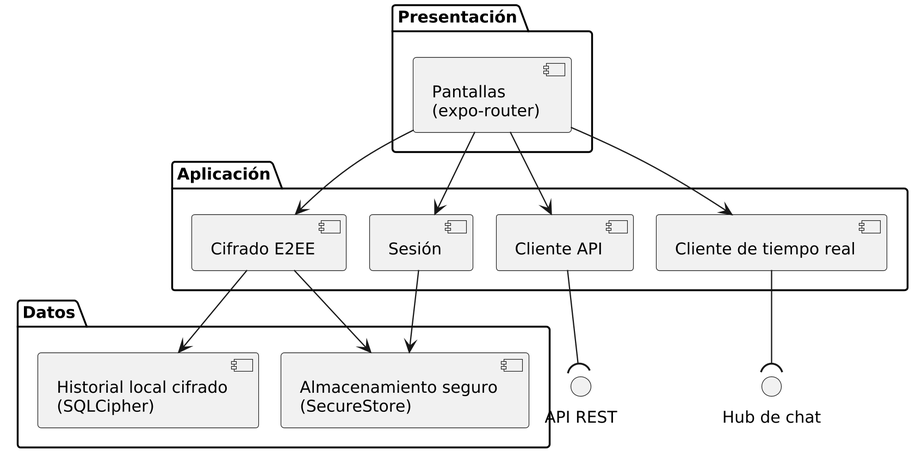
Earlier version of the PlantUML export docs/reportes/manuales/diagramas/01.png (EncorelyHQ/encorly_back). Its diagram source:
```plantuml
@startuml
!pragma layout smetana
skinparam dpi 220
skinparam monochrome true
skinparam defaultFontName Archivo
skinparam defaultFontSize 13
skinparam shadowing false
skinparam componentStyle uml2
top to bottom direction
package "Presentación" {
  [Pantallas\n(expo-router)] as UI
}
package "Aplicación" {
  [Sesión] as SES
  [Cliente API] as API
  [Cifrado E2EE] as CRY
  [Cliente de tiempo real] as RT
}
package "Datos" {
  [Almacenamiento seguro\n(SecureStore)] as SEC
  [Historial local cifrado\n(SQLCipher)] as LOC
}
UI --> SES
UI --> API
UI --> CRY
UI --> RT
SES --> SEC
CRY --> SEC
CRY --> LOC
API -down-( "API REST"
RT -down-( "Hub de chat"
@enduml
```
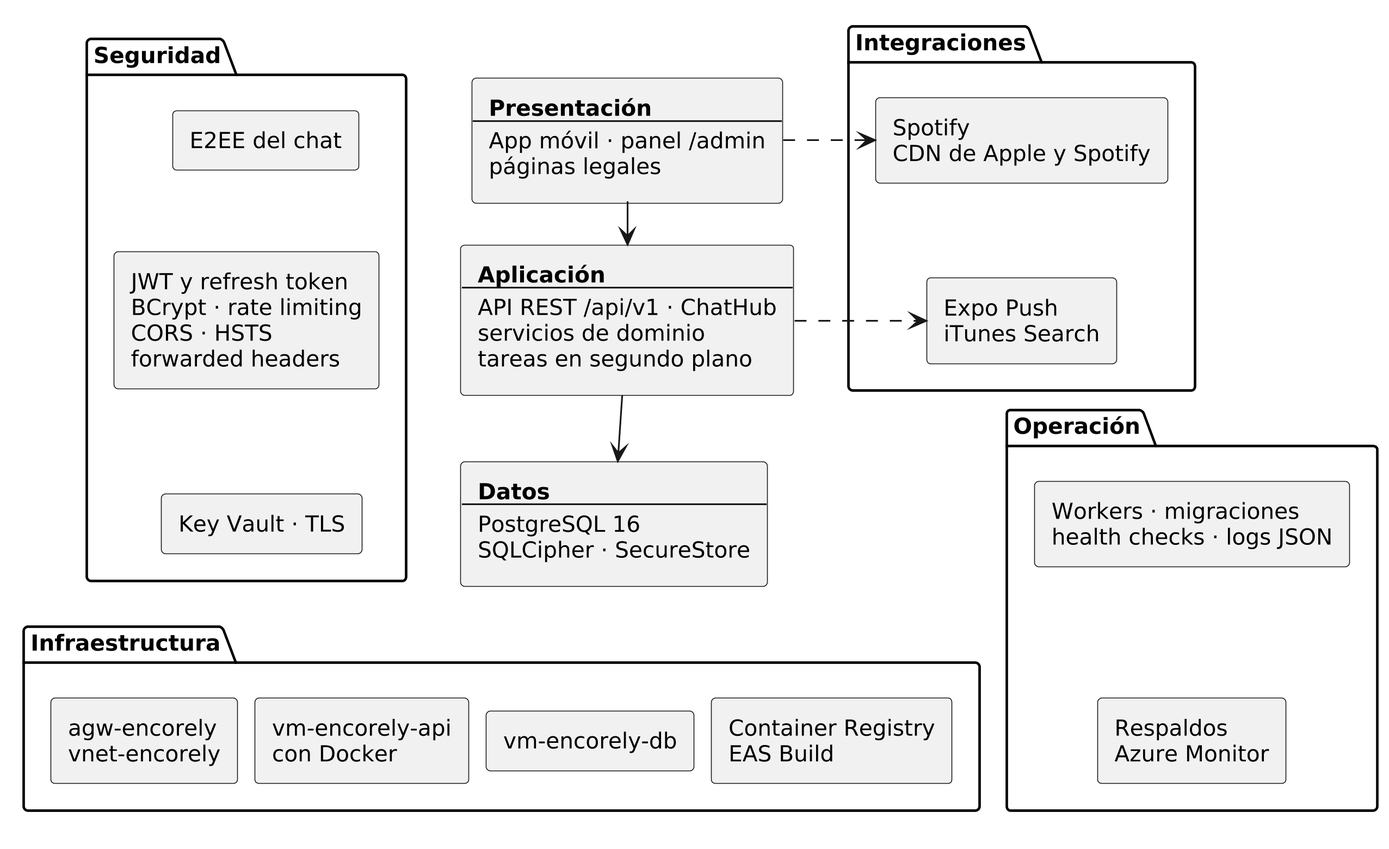
The same diagram one commit later.

The edit, as a diff of the source:
```diff
@@ -1,32 +1,57 @@
 @startuml
 !pragma layout smetana
-skinparam dpi 220
+skinparam dpi 300
 skinparam monochrome true
 skinparam defaultFontName Archivo
 skinparam defaultFontSize 13
 skinparam shadowing false
 skinparam componentStyle uml2
+skinparam ranksep 25
+skinparam nodesep 10
+skinparam rectangle<<capas>> {
+  BorderColor transparent
+  BackgroundColor transparent
+}
+hide stereotype
 top to bottom direction
-package "Presentación" {
-  [Pantallas\n(expo-router)] as UI
+package "Seguridad" {
+  rectangle "E2EE del chat" as S1
+  rectangle "JWT y refresh token\nBCrypt · rate limiting\nCORS · HSTS\nforwarded headers" as S2
+  rectangle "Key Vault · TLS" as S3
 }
-package "Aplicación" {
-  [Sesión] as SES
-  [Cliente API] as API
-  [Cifrado E2EE] as CRY
-  [Cliente de tiempo real] as RT
+rectangle " " <<capas>> {
+  rectangle "**Presentación**\n----\nApp móvil · panel /admin\npáginas legales" as PRE
+  rectangle "**Aplicación**\n----\nAPI REST /api/v1 · ChatHub\nservicios de dominio\ntareas en segundo plano" as APL
+  rectangle "**Datos**\n----\nPostgreSQL 16\nSQLCipher · SecureStore" as DAT
 }
-package "Datos" {
-  [Almacenamiento seguro\n(SecureStore)] as SEC
-  [Historial local cifrado\n(SQLCipher)] as LOC
+package "Integraciones" {
+  rectangle "Spotify\nCDN de Apple y Spotify" as I1
+  rectangle "Expo Push\niTunes Search" as I2
 }
-UI --> SES
-UI --> API
-UI --> CRY
-UI --> RT
-SES --> SEC
-CRY --> SEC
-CRY --> LOC
-API -down-( "API REST"
-RT -down-( "Hub de chat"
+package "Operación" {
+  rectangle "Workers · migraciones\nhealth checks · logs JSON" as O1
+  rectangle "Respaldos\nAzure Monitor" as O2
+}
+package "Infraestructura" {
+  rectangle "agw-encorely\nvnet-encorely" as F1
+  rectangle "vm-encorely-api\ncon Docker" as F2
+  rectangle "vm-encorely-db" as F3
+  rectangle "Container Registry\nEAS Build" as F4
+}
+PRE --> APL
+APL --> DAT
+S1 -[hidden]down- S2
+S2 -[hidden]down- S3
+S1 -[hidden]right- PRE
+S2 -[hidden]right- APL
+S3 -[hidden]right- DAT
+PRE .right.> I1
+APL .right.> I2
+I1 -[hidden]down- I2
+I2 -[hidden]down- O1
+O1 -[hidden]down- O2
+DAT -[hidden]down- F2
+F1 -[hidden]right- F2
+F2 -[hidden]right- F3
+F3 -[hidden]right- F4
 @enduml
```
